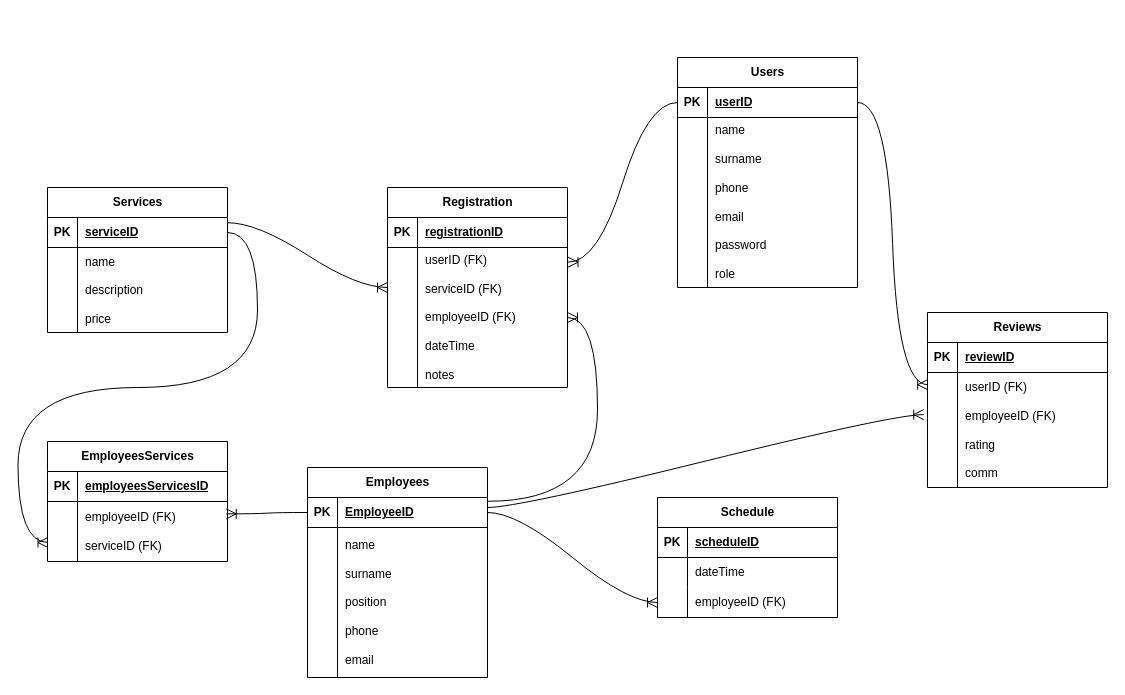
Earlier version of the draw.io diagram схема бд.drawio (Anastasia1209/BeautySalon). Source tidied: cells renumbered, new cells numbered last; positions are measured from the earlier drawing's top-left corner, leaving out a move shared by most shapes. Both pictures are drawn from the tidied source at 100%, with x=0, y=0 at pixel (-63, 57).
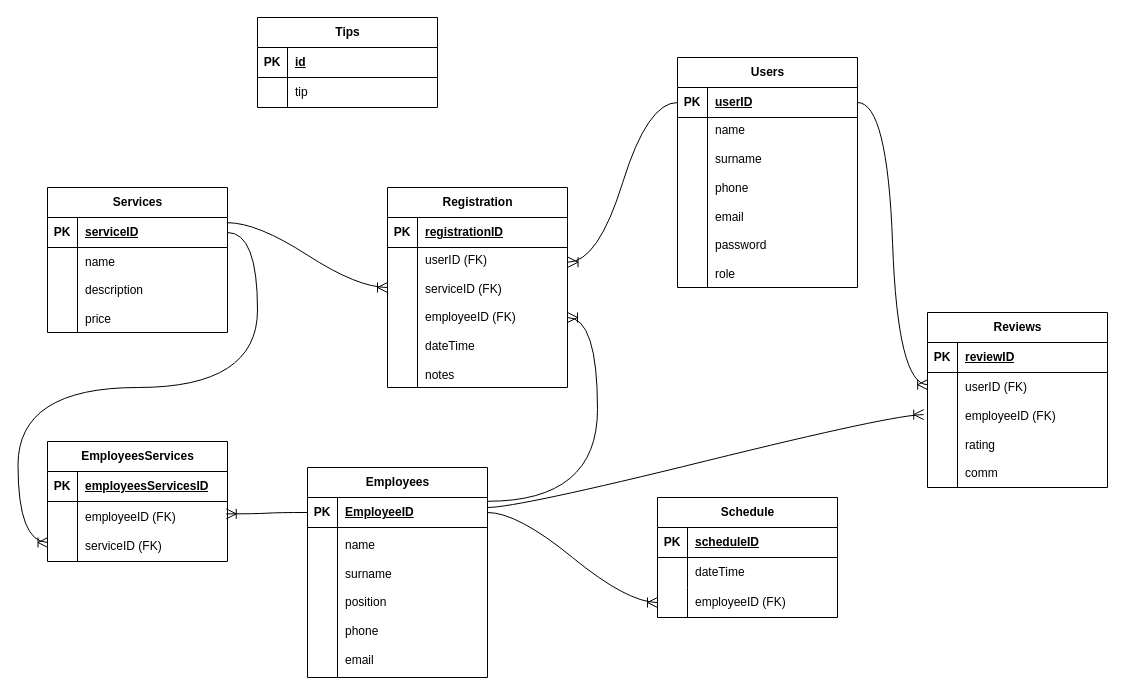
The same page after the edit.

The change refers to these unchanged cells:
```xml
<mxCell id="29" style="shape=tableRow;horizontal=0;startSize=0;swimlaneHead=0;swimlaneBody=0;fillColor=none;points=[[0,0.5],[1,0.5]];portConstraint=eastwest;top=0;left=0;right=0;bottom=1;" parent="28" vertex="1">
  <mxGeometry y="30" width="180" height="30" as="geometry" />
</mxCell>
```

What changed in the source:
```diff
@@
     <mxCell id="62" style="edgeStyle=entityRelationEdgeStyle;fontSize=12;html=1;endArrow=ERoneToMany;rounded=0;startSize=8;endSize=8;curved=1;exitX=1;exitY=0.5;exitDx=0;exitDy=0;" parent="1" edge="1" source="29">
       <mxGeometry relative="1" as="geometry">
         <mxPoint x="110.5" y="485" as="targetPoint" />
         <Array as="points">
           <mxPoint x="59.5" y="445" />
           <mxPoint x="260" y="240" />
+          <mxPoint x="150" y="330" />
           <mxPoint x="200" y="300" />
           <mxPoint x="100" y="410" />
           <mxPoint y="270" />
           <mxPoint x="150" y="320" />
           <mxPoint x="320" y="280" />
         </Array>
       </mxGeometry>
     </mxCell>
@@
+    <mxCell id="64" value="Tips" style="shape=table;startSize=30;childLayout=tableLayout;rowLines=0;fontStyle=1;align=center;html=1;" parent="1" vertex="1">
+      <mxGeometry x="320" y="-40" width="180" height="90" as="geometry" />
+    </mxCell>
+    <mxCell id="65" style="shape=tableRow;horizontal=0;startSize=0;swimlaneHead=0;swimlaneBody=0;fillColor=none;top=0;left=0;right=0;bottom=1;" parent="64" vertex="1">
+      <mxGeometry y="30" width="180" height="30" as="geometry" />
+    </mxCell>
+    <mxCell id="66" value="PK" style="shape=partialRectangle;fillColor=none;top=0;left=0;bottom=0;right=0;fontStyle=1;overflow=hidden;whiteSpace=wrap;html=1;" parent="65" vertex="1">
+      <mxGeometry width="30" height="30" as="geometry" />
+    </mxCell>
+    <mxCell id="67" value="id" style="shape=partialRectangle;fillColor=none;top=0;left=0;bottom=0;right=0;align=left;spacingLeft=6;fontStyle=5;overflow=hidden;whiteSpace=wrap;html=1;" parent="65" vertex="1">
+      <mxGeometry x="30" width="150" height="30" as="geometry" />
+    </mxCell>
+    <mxCell id="68" style="shape=tableRow;horizontal=0;startSize=0;swimlaneHead=0;swimlaneBody=0;fillColor=none;top=0;left=0;right=0;bottom=0;" parent="64" vertex="1">
+      <mxGeometry y="60" width="180" height="30" as="geometry" />
+    </mxCell>
+    <mxCell id="69" style="shape=partialRectangle;fillColor=none;top=0;left=0;bottom=0;right=0;overflow=hidden;whiteSpace=wrap;html=1;" parent="68" vertex="1">
+      <mxGeometry width="30" height="30" as="geometry" />
+    </mxCell>
+    <mxCell id="70" value="tip" style="shape=partialRectangle;fillColor=none;top=0;left=0;bottom=0;right=0;align=left;spacingLeft=6;overflow=hidden;whiteSpace=wrap;html=1;" parent="68" vertex="1">
+      <mxGeometry x="30" width="150" height="30" as="geometry" />
+    </mxCell>
```
